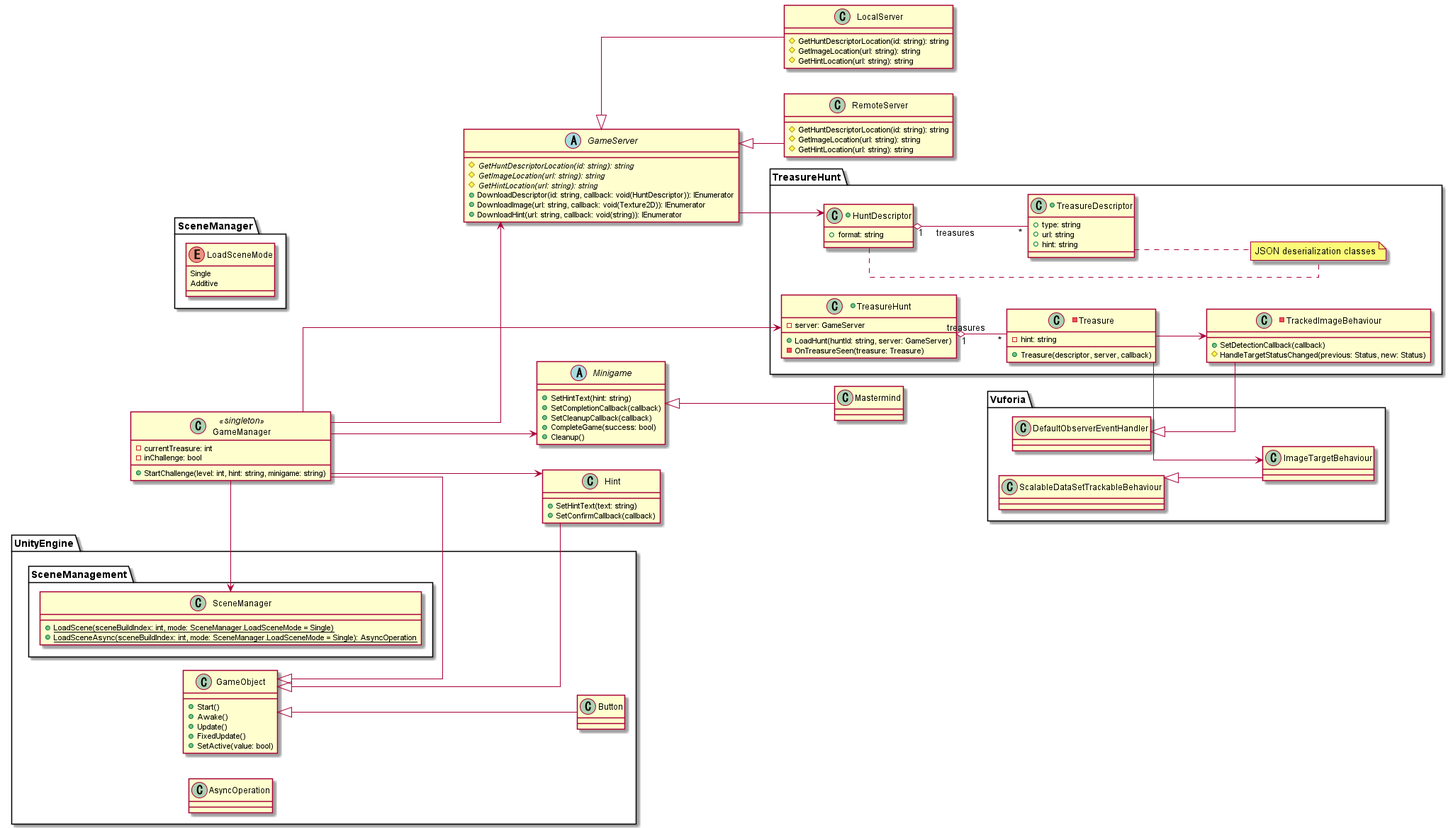
Lory9811/ARTreasureHunt keeps this PlantUML diagram as Docs/plantuml/treasureHunt/entities.png. Above is the earlier version.
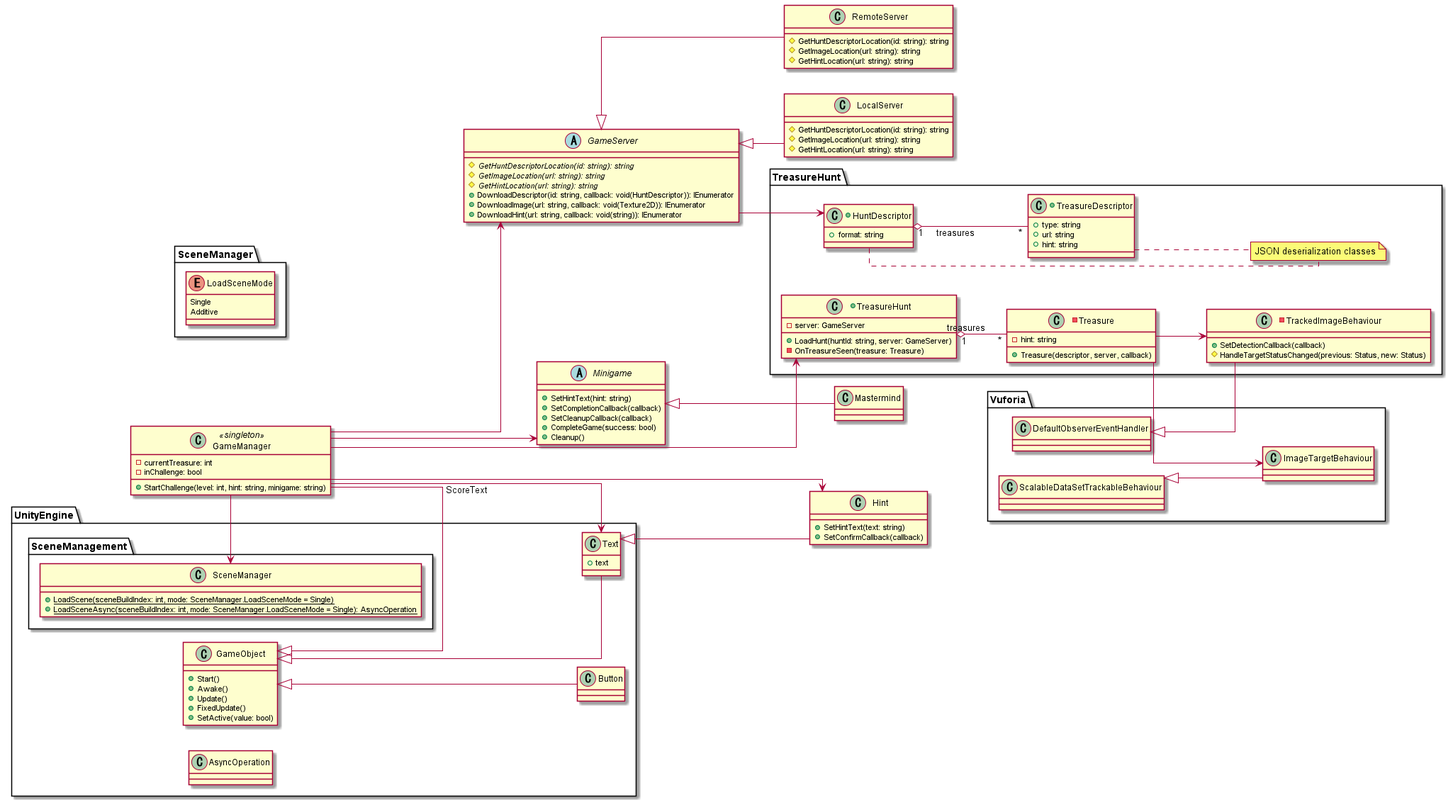
The same diagram one commit later.

Change to the diagram source:
```diff
@@ -90,7 +90,8 @@
 GameObject <|-- GameManager
 GameServer <|-- LocalServer
 GameServer <|-- RemoteServer
-GameObject <|-- Hint
+
+Text <|-- Hint
 
 Minigame <|-- Mastermind
 
@@ -99,6 +100,7 @@
 GameManager --> GameServer
 GameManager --> TreasureHunt
 GameManager --> Hint
+GameManager --> Text: ScoreText
 
 GameServer --> HuntDescriptor
 
```
